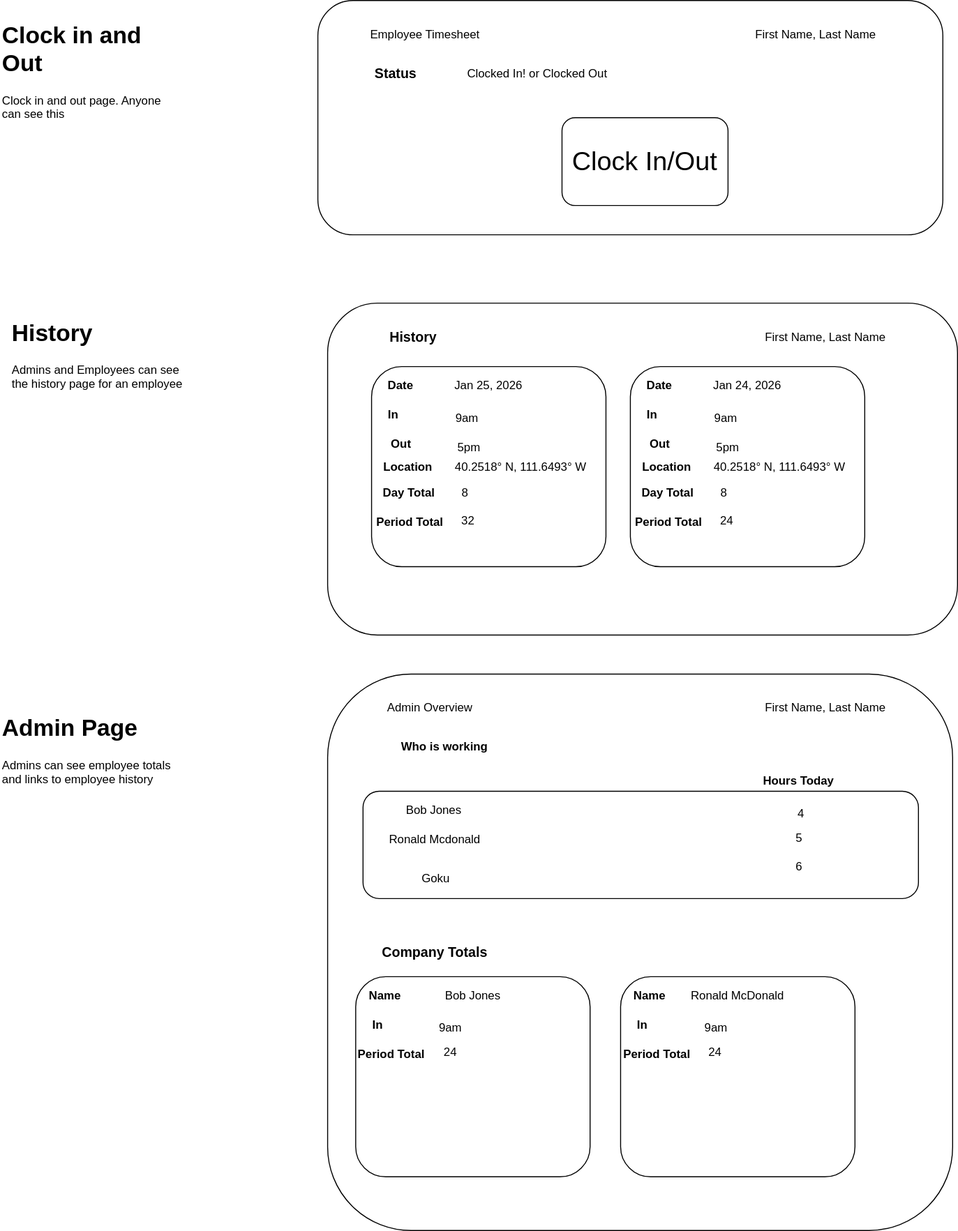
naataaniitsosie/startup keeps this draw.io diagram as design/design.svg. Above is the earlier version. Source tidied: cells renumbered, new cells last; positions are measured from the earlier drawing's top-left corner, leaving out a move shared by most shapes.
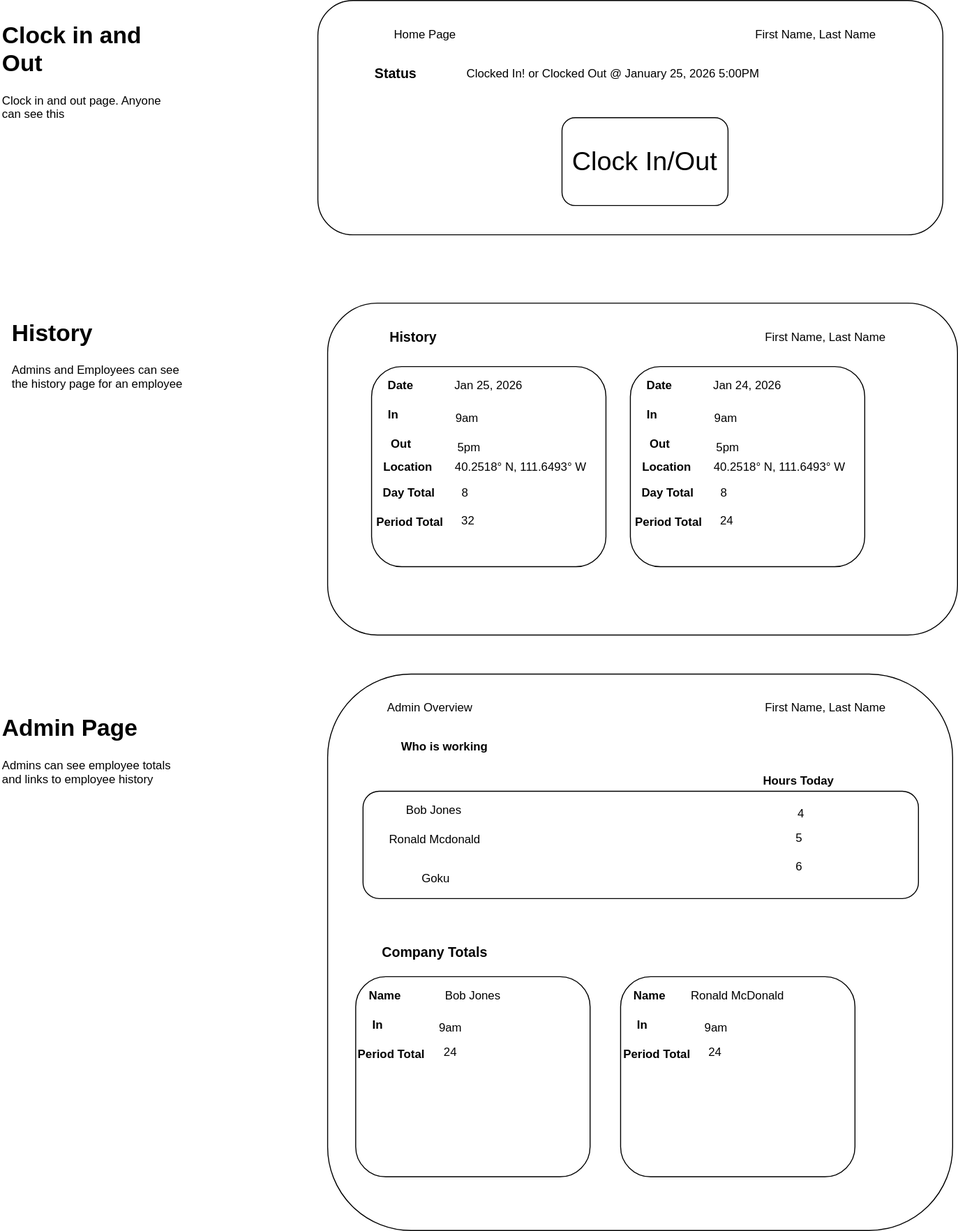
Above is the later version.

Commit message:
finalize home page

Change to the diagram source:
```diff
@@ -8,7 +8,7 @@
     <mxCell id="3" style="rounded=1;whiteSpace=wrap;html=1;" parent="1" vertex="1">
       <mxGeometry x="325" width="640" height="240" as="geometry" />
     </mxCell>
-    <mxCell id="4" value="Employee Timesheet" style="text;html=1;whiteSpace=wrap;strokeColor=none;fillColor=none;align=center;verticalAlign=middle;rounded=0;" parent="1" vertex="1">
+    <mxCell id="4" value="Home Page" style="text;html=1;whiteSpace=wrap;strokeColor=none;fillColor=none;align=center;verticalAlign=middle;rounded=0;" parent="1" vertex="1">
       <mxGeometry x="365" y="20" width="140" height="30" as="geometry" />
     </mxCell>
     <mxCell id="5" value="&lt;font style=&quot;font-size: 27px;&quot;&gt;Clock In/Out&lt;/font&gt;" style="rounded=1;whiteSpace=wrap;html=1;" parent="1" vertex="1">
@@ -41,8 +41,8 @@
     <mxCell id="14" value="&lt;font style=&quot;font-size: 14px;&quot;&gt;&lt;b&gt;Status&lt;/b&gt;&lt;/font&gt;" style="text;html=1;whiteSpace=wrap;strokeColor=none;fillColor=none;align=center;verticalAlign=middle;rounded=0;" parent="1" vertex="1">
       <mxGeometry x="355" y="60" width="100" height="30" as="geometry" />
     </mxCell>
-    <mxCell id="15" value="Clocked In! or Clocked Out" style="text;html=1;whiteSpace=wrap;strokeColor=none;fillColor=none;align=center;verticalAlign=middle;rounded=0;" parent="1" vertex="1">
-      <mxGeometry x="465" y="60" width="170" height="30" as="geometry" />
+    <mxCell id="15" value="Clocked In! or Clocked Out @ January 25, 2026 5:00PM" style="text;html=1;whiteSpace=wrap;strokeColor=none;fillColor=none;align=center;verticalAlign=middle;rounded=0;" parent="1" vertex="1">
+      <mxGeometry x="465" y="60" width="325" height="30" as="geometry" />
     </mxCell>
     <mxCell id="16" value="Out" style="text;html=1;whiteSpace=wrap;strokeColor=none;fillColor=none;align=center;verticalAlign=middle;rounded=0;fontStyle=1;" parent="1" vertex="1">
       <mxGeometry x="372.5" y="440" width="75" height="30" as="geometry" />
```
